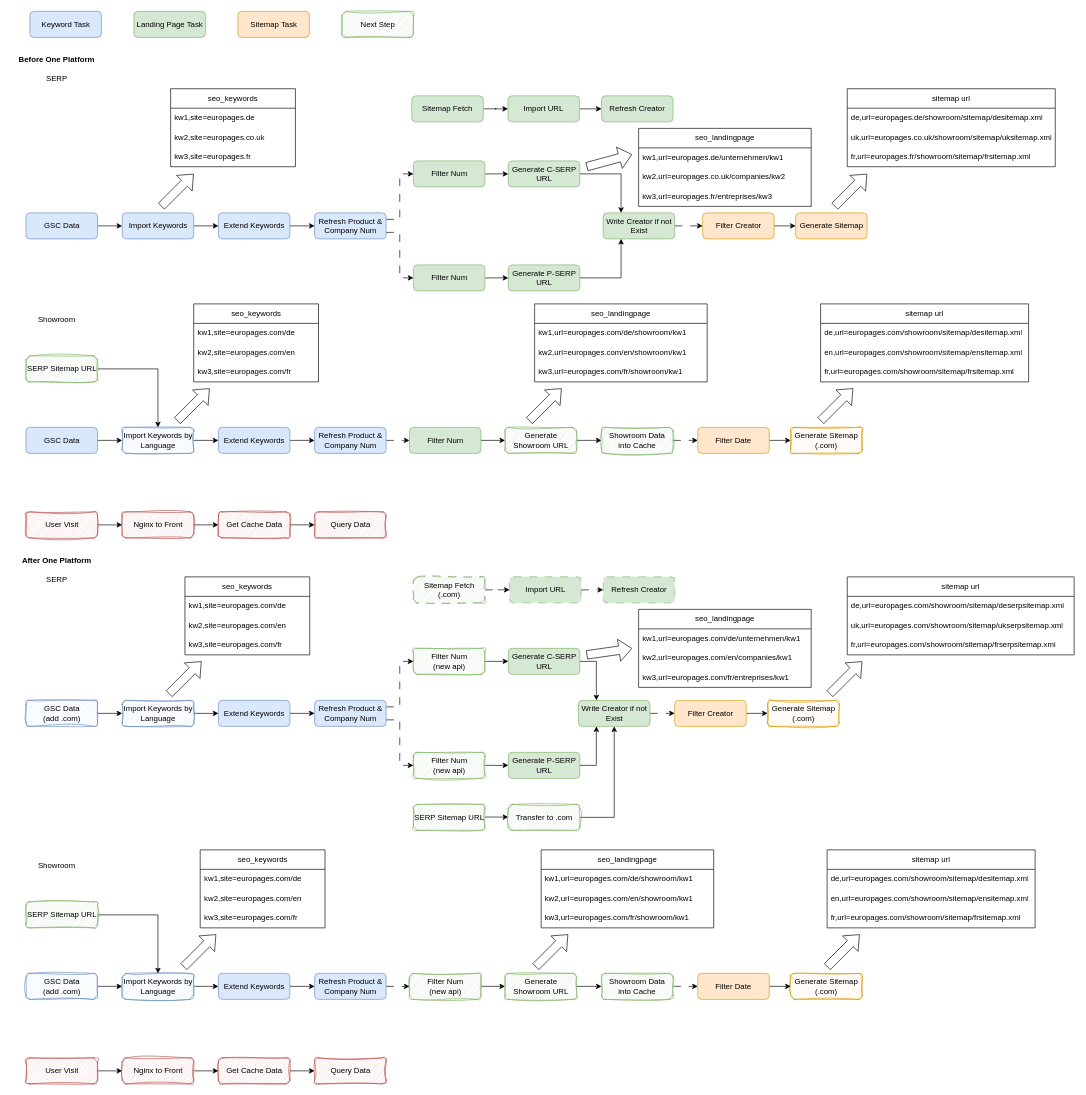
Above: drawio/ep_sitemap.drawio in VisableHarry/seo-drawio (draw.io), before the change. Source tidied: cells renumbered, new cells numbered last; positions are measured from the earlier drawing's top-left corner, leaving out a move shared by most shapes. Both pictures are drawn from the tidied source at 65%, with x=0, y=0 at pixel (11, 11).
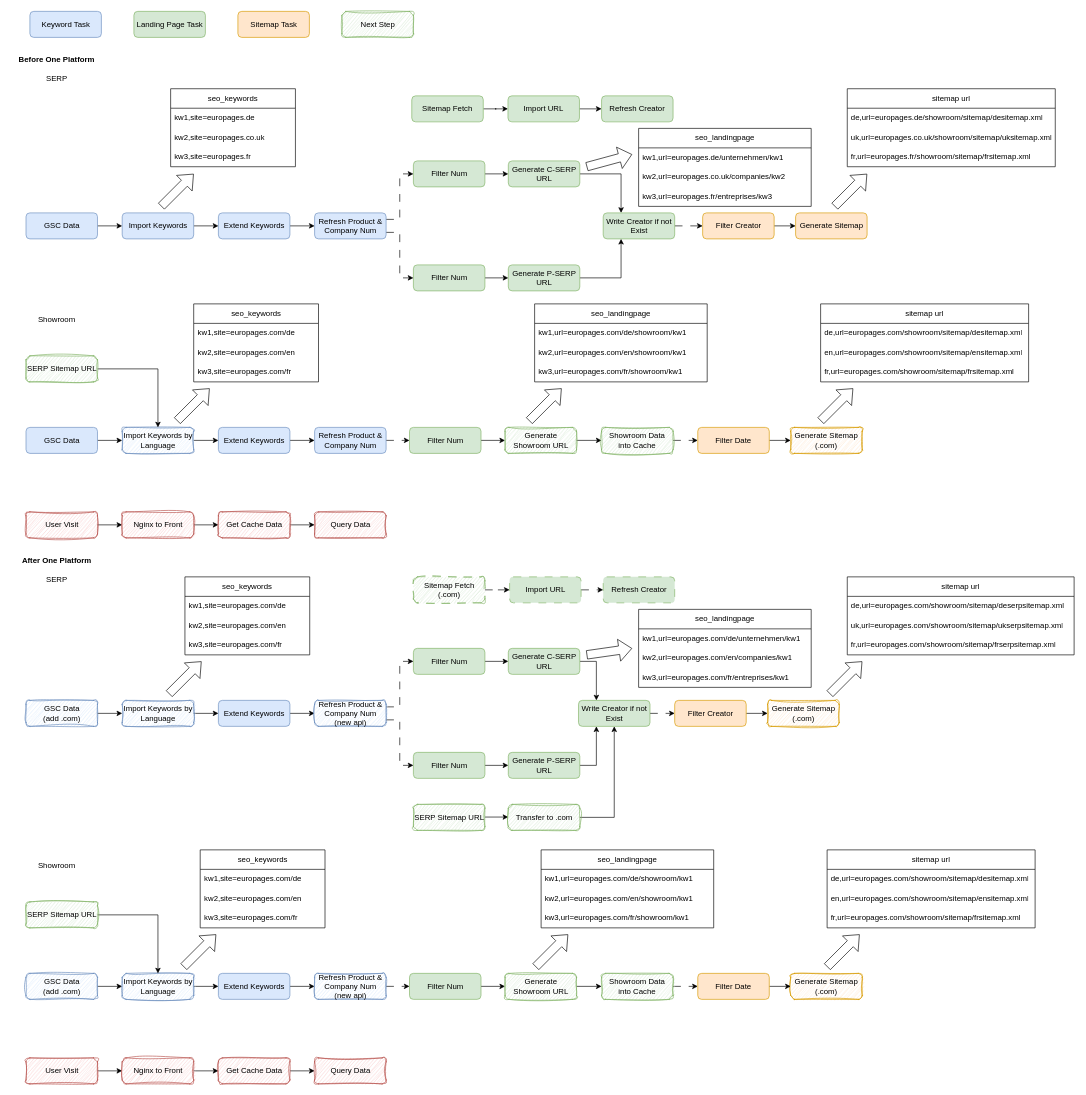
The same page after the edit.

What changed in the source:
```diff
@@
-    <mxCell id="40" value="Filter Num&lt;div&gt;(new api)&lt;/div&gt;" style="rounded=1;whiteSpace=wrap;html=1;fillColor=#d5e8d4;strokeColor=#82b366;sketch=1;curveFitting=1;jiggle=2;" parent="1" vertex="1">
+    <mxCell id="40" value="Filter Num" style="rounded=1;whiteSpace=wrap;html=1;fillColor=#d5e8d4;strokeColor=#82b366;" parent="1" vertex="1">
       <mxGeometry x="618.5" y="980" width="110" height="40" as="geometry" />
     </mxCell>
@@
-    <mxCell id="42" value="Filter Num&lt;div&gt;(new api)&lt;/div&gt;" style="rounded=1;whiteSpace=wrap;html=1;fillColor=#d5e8d4;strokeColor=#82b366;sketch=1;curveFitting=1;jiggle=2;" parent="1" vertex="1">
+    <mxCell id="42" value="Filter Num" style="rounded=1;whiteSpace=wrap;html=1;fillColor=#d5e8d4;strokeColor=#82b366;" parent="1" vertex="1">
       <mxGeometry x="618.5" y="1140" width="110" height="40" as="geometry" />
     </mxCell>
@@
-    <mxCell id="59" value="Refresh Product &amp;amp; Company Num" style="rounded=1;whiteSpace=wrap;html=1;fillColor=#dae8fc;strokeColor=#6c8ebf;" parent="1" vertex="1">
+    <mxCell id="59" value="Refresh Product &amp;amp; Company Num&lt;div&gt;(new api)&lt;/div&gt;" style="rounded=1;whiteSpace=wrap;html=1;fillColor=#dae8fc;strokeColor=#6c8ebf;sketch=1;curveFitting=1;jiggle=2;" parent="1" vertex="1">
       <mxGeometry x="466.5" y="1060" width="110" height="40" as="geometry" />
     </mxCell>
@@
-    <mxCell id="72" value="Filter Num&lt;div&gt;(new api)&lt;/div&gt;" style="rounded=1;whiteSpace=wrap;html=1;fillColor=#d5e8d4;strokeColor=#82b366;sketch=1;curveFitting=1;jiggle=2;" parent="1" vertex="1">
+    <mxCell id="72" value="Filter Num" style="rounded=1;whiteSpace=wrap;html=1;fillColor=#d5e8d4;strokeColor=#82b366;" parent="1" vertex="1">
       <mxGeometry x="612.5" y="1480" width="110" height="40" as="geometry" />
     </mxCell>
@@
-    <mxCell id="81" value="Refresh Product &amp;amp; Company Num" style="rounded=1;whiteSpace=wrap;html=1;fillColor=#dae8fc;strokeColor=#6c8ebf;" parent="1" vertex="1">
+    <mxCell id="81" value="Refresh Product &amp;amp; Company Num&lt;div&gt;(new api)&lt;/div&gt;" style="rounded=1;whiteSpace=wrap;html=1;fillColor=#dae8fc;strokeColor=#6c8ebf;sketch=1;curveFitting=1;jiggle=2;" parent="1" vertex="1">
       <mxGeometry x="466.5" y="1480" width="110" height="40" as="geometry" />
     </mxCell>
```
